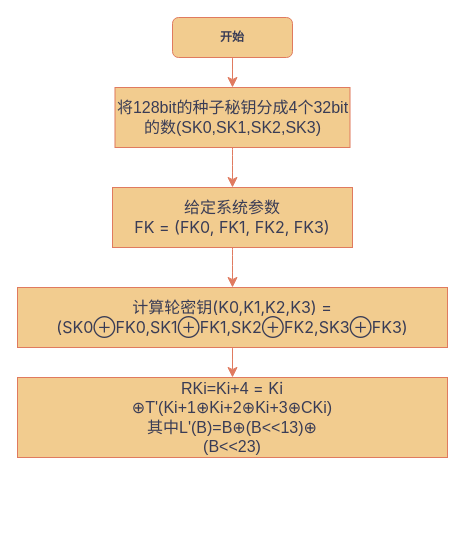
Above: SM4_key.drawio in asdlijinquan/- (draw.io), before the change. Source tidied: cells renumbered, new cells numbered last; positions are measured from the earlier drawing's top-left corner, leaving out a move shared by most shapes. Both pictures are drawn from the tidied source at 100%, with x=0, y=0 at pixel (17, 17).
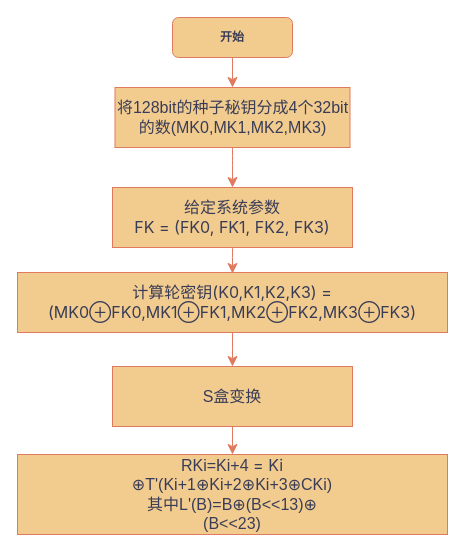
The same page after the edit.

What changed in the source:
```diff
@@
 <mxGraphModel>
   <root>
     <mxCell id="0" />
     <mxCell id="1" parent="0" />
     <mxCell id="2" style="edgeStyle=none;curved=1;rounded=0;jettySize=auto;html=1;fontSize=12;startSize=8;endSize=8;labelBackgroundColor=none;strokeColor=#E07A5F;fontColor=default;" parent="1" edge="1" source="3" target="5">
       <mxGeometry relative="1" as="geometry" />
     </mxCell>
     <mxCell id="3" value="&lt;b&gt;开始&lt;/b&gt;" style="rounded=1;whiteSpace=wrap;html=1;fontSize=12;glass=0;strokeWidth=1;shadow=0;labelBackgroundColor=none;fillColor=#F2CC8F;strokeColor=#E07A5F;fontColor=#393C56;" parent="1" vertex="1">
       <mxGeometry x="155" width="120" height="40" as="geometry" />
     </mxCell>
     <mxCell id="4" style="edgeStyle=none;curved=1;rounded=0;jettySize=auto;html=1;fontSize=12;startSize=8;endSize=8;labelBackgroundColor=none;strokeColor=#E07A5F;fontColor=default;" parent="1" edge="1" source="5" target="8">
       <mxGeometry relative="1" as="geometry" />
     </mxCell>
-    <mxCell id="5" value="将128bit的种子秘钥分成4个32bit的数(SK0,SK1,SK2,SK3)" style="rounded=0;whiteSpace=wrap;html=1;fontSize=16;labelBackgroundColor=none;fillColor=#F2CC8F;strokeColor=#E07A5F;fontColor=#393C56;" parent="1" vertex="1">
+    <mxCell id="5" value="将128bit的种子秘钥分成4个32bit的数(MK0,MK1,MK2,MK3)" style="rounded=0;whiteSpace=wrap;html=1;fontSize=16;labelBackgroundColor=none;fillColor=#F2CC8F;strokeColor=#E07A5F;fontColor=#393C56;" parent="1" vertex="1">
       <mxGeometry x="97.5" y="70" width="235" height="60" as="geometry" />
     </mxCell>
     <mxCell id="6" style="edgeStyle=none;curved=1;rounded=0;jettySize=auto;html=1;fontSize=12;startSize=8;endSize=8;labelBackgroundColor=none;strokeColor=#E07A5F;fontColor=default;" parent="1" edge="1" source="8">
       <mxGeometry relative="1" as="geometry">
         <mxPoint x="255" y="209" as="targetPoint" />
       </mxGeometry>
     </mxCell>
-    <mxCell id="7" style="edgeStyle=none;curved=1;rounded=0;jettySize=auto;html=1;fontSize=12;startSize=8;endSize=8;labelBackgroundColor=none;strokeColor=#E07A5F;fontColor=default;" parent="1" edge="1" source="8" target="10">
-      <mxGeometry relative="1" as="geometry" />
-    </mxCell>
     <mxCell id="8" value="给定系统参数&lt;br style=&quot;-webkit-tap-highlight-color: rgba(0, 0, 0, 0); outline: none; box-sizing: border-box; font-family: -apple-system, &amp;quot;SF UI Text&amp;quot;, Arial, &amp;quot;PingFang SC&amp;quot;, &amp;quot;Hiragino Sans GB&amp;quot;, &amp;quot;Microsoft YaHei&amp;quot;, &amp;quot;WenQuanYi Micro Hei&amp;quot;, sans-serif, SimHei, SimSun; text-align: left; --darkreader-inline-outline: initial;&quot;&gt;&lt;span style=&quot;font-family: -apple-system, &amp;quot;SF UI Text&amp;quot;, Arial, &amp;quot;PingFang SC&amp;quot;, &amp;quot;Hiragino Sans GB&amp;quot;, &amp;quot;Microsoft YaHei&amp;quot;, &amp;quot;WenQuanYi Micro Hei&amp;quot;, sans-serif, SimHei, SimSun; text-align: left;&quot;&gt;FK = (FK0, FK1, FK2, FK3)&lt;/span&gt;" style="whiteSpace=wrap;html=1;fontSize=16;rounded=0;labelBackgroundColor=none;fillColor=#F2CC8F;strokeColor=#E07A5F;fontColor=#393C56;" parent="1" vertex="1">
       <mxGeometry x="95" y="170" width="240" height="60" as="geometry" />
     </mxCell>
-    <mxCell id="9" style="edgeStyle=none;curved=1;rounded=0;jettySize=auto;html=1;fontSize=12;startSize=8;endSize=8;labelBackgroundColor=none;strokeColor=#E07A5F;fontColor=default;" parent="1" edge="1" source="10" target="11">
-      <mxGeometry relative="1" as="geometry" />
+    <mxCell id="9" style="edgeStyle=none;curved=1;rounded=0;jettySize=auto;html=1;fontSize=12;startSize=8;endSize=8;labelBackgroundColor=none;strokeColor=#E07A5F;fontColor=default;" parent="1" edge="1" target="11">
+      <mxGeometry relative="1" as="geometry">
+        <mxPoint x="215" y="407" as="sourcePoint" />
+      </mxGeometry>
     </mxCell>
-    <mxCell id="10" value="计算轮密钥&lt;span style=&quot;font-family: -apple-system, &amp;quot;SF UI Text&amp;quot;, Arial, &amp;quot;PingFang SC&amp;quot;, &amp;quot;Hiragino Sans GB&amp;quot;, &amp;quot;Microsoft YaHei&amp;quot;, &amp;quot;WenQuanYi Micro Hei&amp;quot;, sans-serif, SimHei, SimSun; text-align: left;&quot;&gt;(K0,K1,K2,K3) = (SK0⊕FK0,SK1⊕FK1,SK2⊕FK2,SK3⊕FK3)&lt;/span&gt;" style="whiteSpace=wrap;html=1;fontSize=16;rounded=0;labelBackgroundColor=none;fillColor=#F2CC8F;strokeColor=#E07A5F;fontColor=#393C56;" parent="1" vertex="1">
-      <mxGeometry y="270" width="430" height="60" as="geometry" />
-    </mxCell>
     <mxCell id="11" value="&lt;div style=&quot;&quot;&gt;&lt;span style=&quot;--darkreader-inline-bgcolor: transparent; background-color: transparent;&quot;&gt;RKi=Ki+4&lt;/span&gt;&lt;span style=&quot;font-family: -apple-system, &amp;quot;SF UI Text&amp;quot;, Arial, &amp;quot;PingFang SC&amp;quot;, &amp;quot;Hiragino Sans GB&amp;quot;, &amp;quot;Microsoft YaHei&amp;quot;, &amp;quot;WenQuanYi Micro Hei&amp;quot;, sans-serif, SimHei, SimSun; --darkreader-inline-bgcolor: transparent; background-color: transparent;&quot;&gt; = Ki&lt;/span&gt;&lt;/div&gt;⊕T'(Ki+1⊕Ki+2⊕Ki+3⊕CKi)&lt;br&gt;其中L'(B)=B⊕(B&amp;lt;&amp;lt;13)⊕&lt;br&gt;(B&amp;lt;&amp;lt;23)" style="whiteSpace=wrap;html=1;fontSize=16;rounded=0;align=center;labelBackgroundColor=none;fillColor=#F2CC8F;strokeColor=#E07A5F;fontColor=#393C56;" parent="1" vertex="1">
-      <mxGeometry y="360" width="430" height="80" as="geometry" />
+      <mxGeometry y="437" width="430" height="80" as="geometry" />
     </mxCell>
+    <mxCell id="12" value="S盒变换" style="whiteSpace=wrap;html=1;fontSize=16;rounded=0;labelBackgroundColor=none;fillColor=#F2CC8F;strokeColor=#E07A5F;fontColor=#393C56;" parent="1" vertex="1">
+      <mxGeometry x="95" y="349" width="240" height="60" as="geometry" />
+    </mxCell>
+    <mxCell id="13" style="edgeStyle=none;curved=1;rounded=0;jettySize=auto;html=1;fontSize=12;startSize=8;endSize=8;labelBackgroundColor=none;strokeColor=#E07A5F;fontColor=default;exitX=0.5;exitY=1;exitDx=0;exitDy=0;entryX=0.5;entryY=0;entryDx=0;entryDy=0;" parent="1" edge="1" source="14" target="12">
+      <mxGeometry relative="1" as="geometry" />
+    </mxCell>
+    <mxCell id="14" value="计算轮密钥&lt;span style=&quot;font-family: -apple-system, &amp;quot;SF UI Text&amp;quot;, Arial, &amp;quot;PingFang SC&amp;quot;, &amp;quot;Hiragino Sans GB&amp;quot;, &amp;quot;Microsoft YaHei&amp;quot;, &amp;quot;WenQuanYi Micro Hei&amp;quot;, sans-serif, SimHei, SimSun; text-align: left;&quot;&gt;(K0,K1,K2,K3) = (MK0⊕FK0,MK1⊕FK1,MK2⊕FK2,MK3⊕FK3)&lt;/span&gt;" style="whiteSpace=wrap;html=1;fontSize=16;rounded=0;labelBackgroundColor=none;fillColor=#F2CC8F;strokeColor=#E07A5F;fontColor=#393C56;" parent="1" vertex="1">
+      <mxGeometry y="255" width="430" height="60" as="geometry" />
+    </mxCell>
+    <mxCell id="15" style="edgeStyle=none;curved=1;rounded=0;jettySize=auto;html=1;fontSize=12;startSize=8;endSize=8;labelBackgroundColor=none;strokeColor=#E07A5F;fontColor=default;exitX=0.5;exitY=1;exitDx=0;exitDy=0;" parent="1" edge="1" source="8">
+      <mxGeometry relative="1" as="geometry">
+        <mxPoint x="215" y="256" as="targetPoint" />
+      </mxGeometry>
+    </mxCell>
   </root>
 </mxGraphModel>
```
